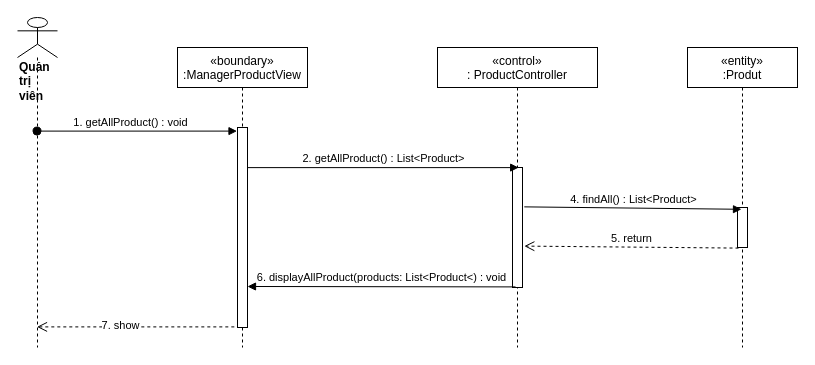
Above: sequence diagram/view-products-manager-sequence.drawio in nguyenphamvan/datn_20202 (draw.io), before the change. Source tidied: cells renumbered, new cells numbered last; positions are measured from the earlier drawing's top-left corner, leaving out a move shared by most shapes. Both pictures are drawn from the tidied source at 100%, with x=0, y=0 at pixel (17, 17).
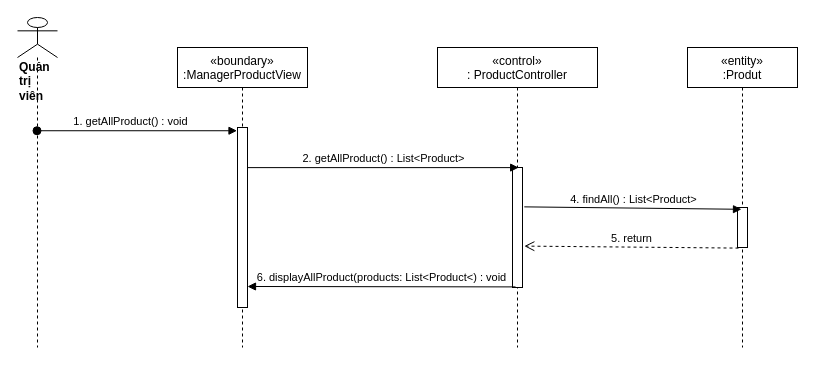
Above is the later version.

The edit, as a diff of the source:
```diff
@@
 <mxGraphModel>
   <root>
     <mxCell id="0" />
     <mxCell id="1" parent="0" />
     <mxCell id="2" value="«boundary»&#10;:ManagerProductView" style="shape=umlLifeline;perimeter=lifelinePerimeter;rounded=0;shadow=0;strokeWidth=1;" parent="1" vertex="1">
       <mxGeometry x="160" y="30" width="130" height="300" as="geometry" />
     </mxCell>
     <mxCell id="3" style="points=[];perimeter=orthogonalPerimeter;rounded=0;shadow=0;strokeWidth=1;" parent="2" vertex="1">
-      <mxGeometry x="60" y="80" width="10" height="200" as="geometry" />
+      <mxGeometry x="60" y="80" width="10" height="180" as="geometry" />
     </mxCell>
     <mxCell id="4" value="«control»&#10;: ProductController" style="shape=umlLifeline;perimeter=lifelinePerimeter;rounded=0;shadow=0;strokeWidth=1;" parent="1" vertex="1">
       <mxGeometry x="420" y="30" width="160" height="300" as="geometry" />
     </mxCell>
     <mxCell id="5" style="points=[];perimeter=orthogonalPerimeter;rounded=0;shadow=0;strokeWidth=1;" parent="4" vertex="1">
       <mxGeometry x="75" y="120" width="10" height="120" as="geometry" />
     </mxCell>
     <mxCell id="6" value="&lt;div&gt;&lt;b&gt;Quản trị viên&lt;/b&gt;&lt;/div&gt;" style="shape=umlLifeline;participant=umlActor;perimeter=lifelinePerimeter;whiteSpace=wrap;html=1;verticalAlign=top;spacingTop=36;outlineConnect=0;align=left;size=40;" parent="1" vertex="1">
       <mxGeometry width="40" height="330" as="geometry" />
     </mxCell>
     <mxCell id="7" value="1. getAllProduct() : void" style="verticalAlign=bottom;startArrow=oval;endArrow=block;startSize=8;shadow=0;strokeWidth=1;entryX=-0.05;entryY=0.018;entryDx=0;entryDy=0;entryPerimeter=0;" parent="1" edge="1" source="6" target="3">
       <mxGeometry x="-0.06" relative="1" as="geometry" />
     </mxCell>
     <mxCell id="8" value="2. getAllProduct() : List&amp;lt;Product&amp;gt;" style="html=1;verticalAlign=bottom;endArrow=block;entryX=0.617;entryY=0.001;entryDx=0;entryDy=0;entryPerimeter=0;" parent="1" edge="1" source="3" target="5">
       <mxGeometry relative="1" as="geometry" />
     </mxCell>
     <mxCell id="9" value="«entity»&#10;:Produt" style="shape=umlLifeline;perimeter=lifelinePerimeter;rounded=0;shadow=0;strokeWidth=1;" parent="1" vertex="1">
       <mxGeometry x="670" y="30" width="110" height="300" as="geometry" />
     </mxCell>
     <mxCell id="10" style="points=[];perimeter=orthogonalPerimeter;rounded=0;shadow=0;strokeWidth=1;" parent="9" vertex="1">
       <mxGeometry x="50" y="160" width="10" height="40" as="geometry" />
     </mxCell>
     <mxCell id="11" value="4. findAll() : List&amp;lt;Product&amp;gt;" style="html=1;verticalAlign=bottom;endArrow=block;exitX=1.18;exitY=0.328;exitDx=0;exitDy=0;exitPerimeter=0;entryX=0.4;entryY=0.045;entryDx=0;entryDy=0;entryPerimeter=0;" parent="1" edge="1" source="5" target="10">
       <mxGeometry relative="1" as="geometry" />
     </mxCell>
     <mxCell id="12" value="5. return" style="html=1;verticalAlign=bottom;endArrow=open;dashed=1;endSize=8;exitX=0.1;exitY=1.015;exitDx=0;exitDy=0;exitPerimeter=0;entryX=1.18;entryY=0.655;entryDx=0;entryDy=0;entryPerimeter=0;" parent="1" edge="1" source="10" target="5">
       <mxGeometry relative="1" as="geometry" />
     </mxCell>
-    <mxCell id="13" style="html=1;verticalAlign=bottom;endArrow=open;dashed=1;endSize=8;exitX=-0.32;exitY=0.997;exitDx=0;exitDy=0;exitPerimeter=0;" parent="1" edge="1" source="3" target="6">
-      <mxGeometry relative="1" as="geometry" />
-    </mxCell>
-    <mxCell id="14" value="7. show" style="edgeLabel;html=1;align=center;verticalAlign=middle;" parent="13" vertex="1">
-      <mxGeometry x="0.16" y="-2" relative="1" as="geometry" />
-    </mxCell>
     <mxCell id="15" value="6. displayAllProduct(products: List&amp;lt;Product&amp;lt;) : void" style="html=1;verticalAlign=bottom;endArrow=block;exitX=0.3;exitY=0.995;exitDx=0;exitDy=0;exitPerimeter=0;" parent="1" edge="1" source="5">
       <mxGeometry relative="1" as="geometry">
         <mxPoint x="230" y="269" as="targetPoint" />
       </mxGeometry>
     </mxCell>
   </root>
 </mxGraphModel>
```
